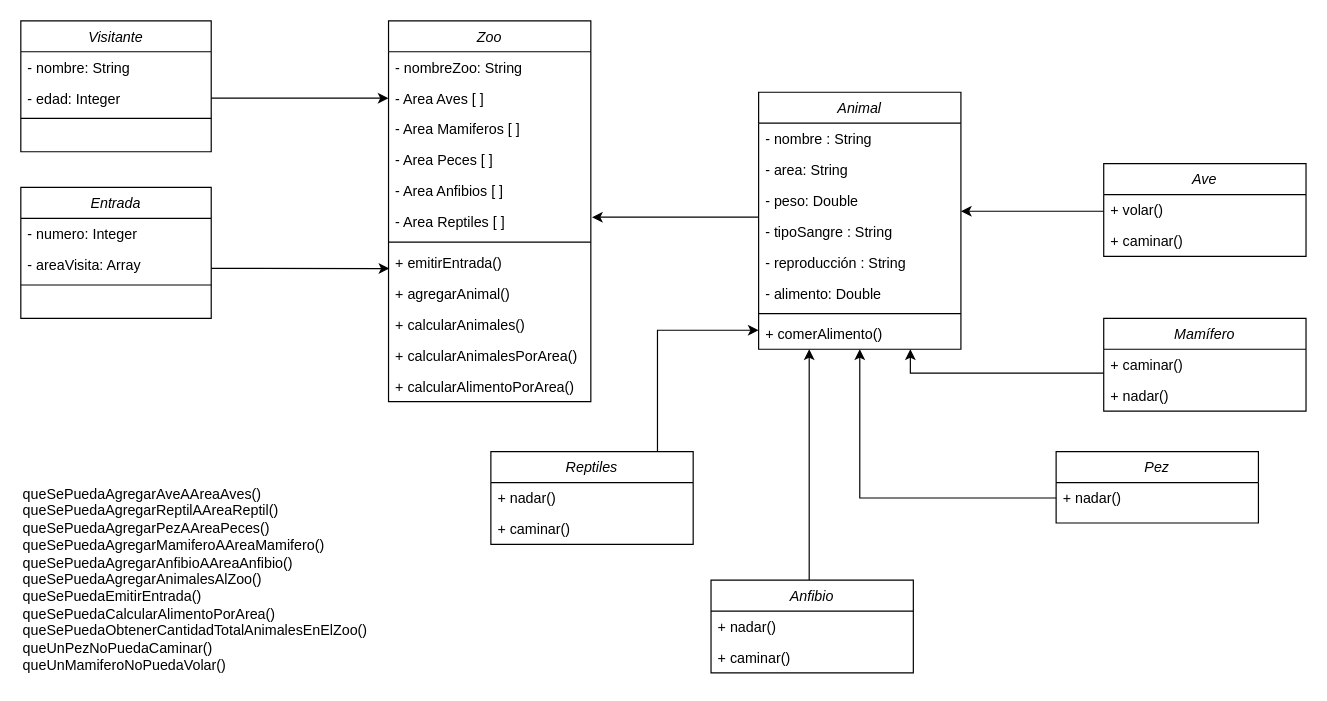
This is modelo/zoo.drawio from Fabriyucra/PBII20212QParcial1Grupo8, a draw.io file, before an edit. Source tidied: cells renumbered, new cells numbered last; positions are measured from the earlier drawing's top-left corner, leaving out a move shared by most shapes. Both pictures are drawn from the tidied source at 119%, with x=0, y=0 at pixel (20, 20).
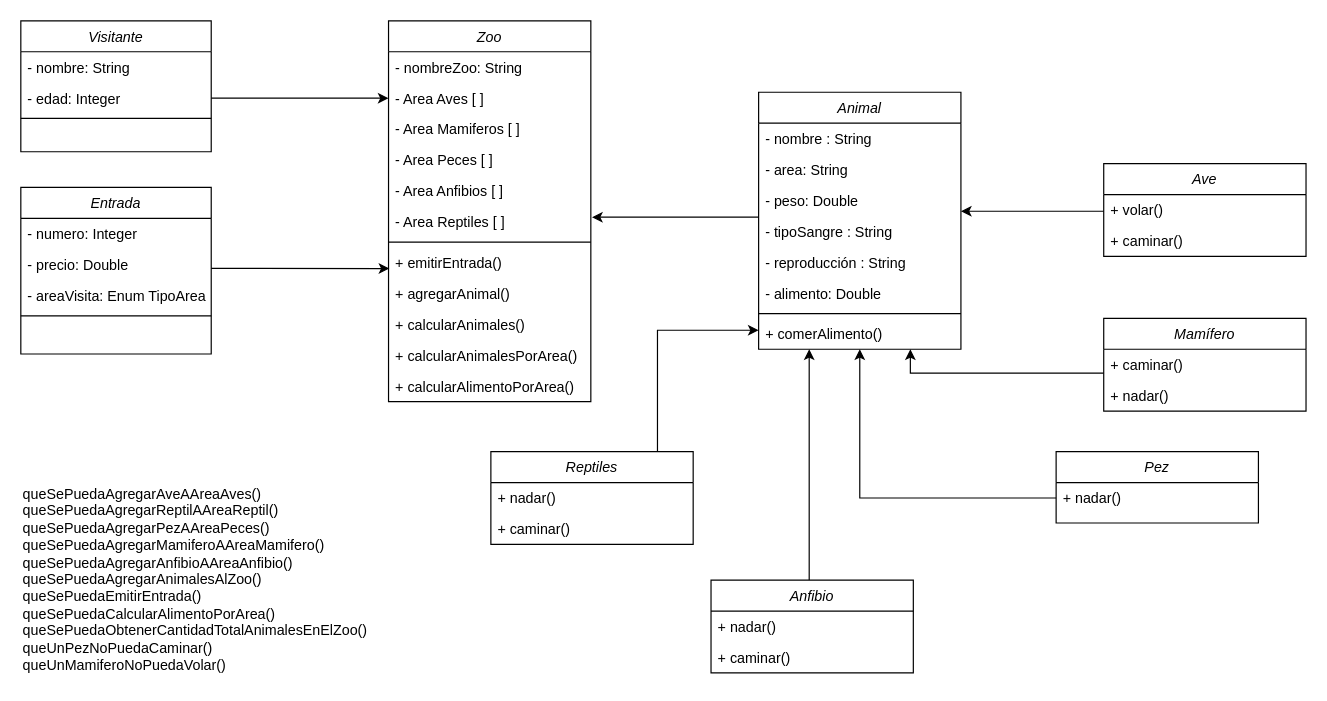
The same diagram, later.

The edit, as a diff of the source:
```diff
@@
     <mxCell id="6" value="Entrada" style="swimlane;fontStyle=2;align=center;verticalAlign=top;horizontal=1;startSize=26;rounded=0;shadow=0;strokeWidth=1;" parent="1" vertex="1">
-      <mxGeometry y="140" width="160" height="110" as="geometry" />
+      <mxGeometry y="140" width="160" height="140" as="geometry" />
     </mxCell>
@@
-    <mxCell id="8" value="- areaVisita: Array" style="text;align=left;verticalAlign=top;spacingLeft=4;spacingRight=4;overflow=hidden;points=[[0,0.5],[1,0.5]];portConstraint=eastwest;rounded=0;shadow=0;html=0;" parent="6" vertex="1">
+    <mxCell id="8" value="- precio: Double" style="text;align=left;verticalAlign=top;spacingLeft=4;spacingRight=4;overflow=hidden;points=[[0,0.5],[1,0.5]];portConstraint=eastwest;rounded=0;shadow=0;html=0;" parent="6" vertex="1">
       <mxGeometry y="52" width="160" height="26" as="geometry" />
     </mxCell>
+    <mxCell id="55" value="- areaVisita: Enum TipoArea" style="text;align=left;verticalAlign=top;spacingLeft=4;spacingRight=4;overflow=hidden;rounded=0;shadow=0;html=0;" parent="6" vertex="1">
+      <mxGeometry y="78" width="160" height="26" as="geometry" />
+    </mxCell>
     <mxCell id="9" style="line;html=1;strokeWidth=1;align=left;verticalAlign=middle;spacingTop=-1;spacingLeft=3;spacingRight=3;labelPosition=right;" parent="6" vertex="1">
-      <mxGeometry y="78" width="160" height="8" as="geometry" />
+      <mxGeometry y="104" width="160" height="8" as="geometry" />
     </mxCell>
```
